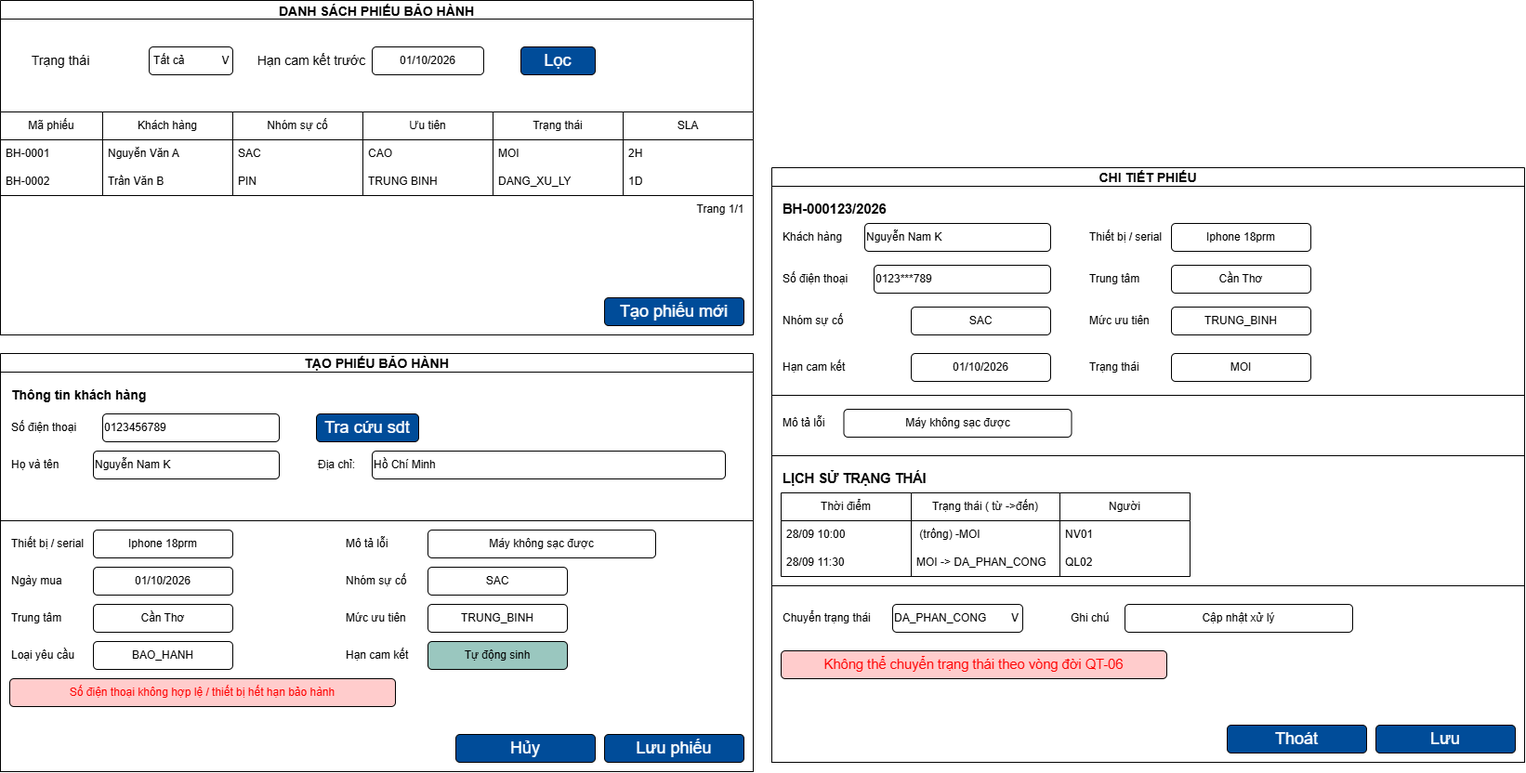
The draw.io diagram docs/export/wireframe.drawio.png in NguyenNamKhanh05/cdtn1-nguyennamkhanh-l2, before a commit. Source tidied: cells renumbered, new cells last; positions are measured from the earlier drawing's top-left corner, leaving out a move shared by most shapes.
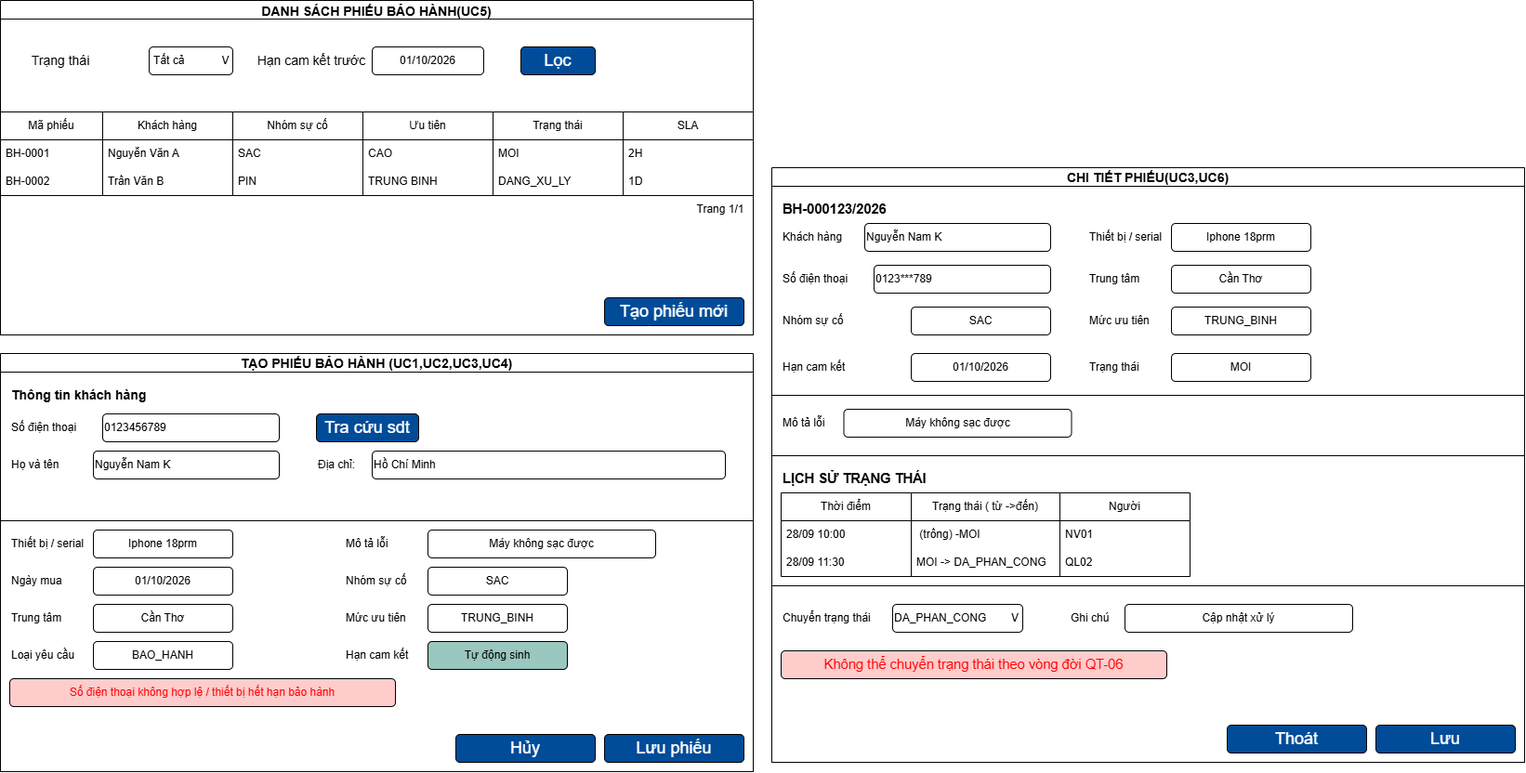
After the change.

Commit message:
docs: bo sung chu thich ERD va ma UC cho wireframe

The edit, as a diff of the source:
```diff
@@ -2,7 +2,7 @@
   <root>
     <mxCell id="0" />
     <mxCell id="1" parent="0" />
-    <mxCell id="2" value="&lt;font style=&quot;font-size: 14px;&quot;&gt;DANH SÁCH PHIẾU BẢO HÀNH&lt;/font&gt;" style="swimlane;whiteSpace=wrap;html=1;" parent="1" vertex="1">
+    <mxCell id="2" value="&lt;font style=&quot;font-size: 14px;&quot;&gt;DANH SÁCH PHIẾU BẢO HÀNH(UC5)&lt;/font&gt;" style="swimlane;whiteSpace=wrap;html=1;" parent="1" vertex="1">
       <mxGeometry width="810" height="360" as="geometry" />
     </mxCell>
     <mxCell id="3" style="rounded=0;whiteSpace=wrap;html=1;" parent="2" vertex="1">
@@ -83,7 +83,7 @@
     <mxCell id="28" value="&lt;font style=&quot;font-size: 18px; color: rgb(255, 255, 255);&quot;&gt;Tạo phiếu mới&lt;/font&gt;" style="rounded=1;whiteSpace=wrap;html=1;roundedPerimeter=1;fillColor=#004C99;" parent="2" vertex="1">
       <mxGeometry x="650" y="320" width="150" height="30" as="geometry" />
     </mxCell>
-    <mxCell id="29" value="&lt;font style=&quot;font-size: 14px;&quot;&gt;TẠO PHIẾU BẢO HÀNH&lt;/font&gt;" style="swimlane;whiteSpace=wrap;html=1;" parent="1" vertex="1">
+    <mxCell id="29" value="&lt;font style=&quot;font-size: 14px;&quot;&gt;TẠO PHIẾU BẢO HÀNH (UC1,UC2,UC3,UC4)&lt;/font&gt;" style="swimlane;whiteSpace=wrap;html=1;" parent="1" vertex="1">
       <mxGeometry y="380" width="810" height="450" as="geometry" />
     </mxCell>
     <mxCell id="30" style="rounded=0;whiteSpace=wrap;html=1;" parent="29" vertex="1">
@@ -173,7 +173,7 @@
     <mxCell id="58" value="&lt;font color=&quot;#ffffff&quot;&gt;&lt;span style=&quot;font-size: 18px;&quot;&gt;Hủy&lt;/span&gt;&lt;/font&gt;" style="rounded=1;whiteSpace=wrap;html=1;roundedPerimeter=1;fillColor=#004C99;" parent="29" vertex="1">
       <mxGeometry x="490" y="410" width="150" height="30" as="geometry" />
     </mxCell>
-    <mxCell id="59" value="&lt;span style=&quot;font-size: 14px;&quot;&gt;CHI TIẾT PHIẾU&lt;/span&gt;" style="swimlane;whiteSpace=wrap;html=1;" parent="1" vertex="1">
+    <mxCell id="59" value="&lt;span style=&quot;font-size: 14px;&quot;&gt;CHI TIẾT PHIẾU(UC3,UC6)&lt;/span&gt;" style="swimlane;whiteSpace=wrap;html=1;" parent="1" vertex="1">
       <mxGeometry x="830" y="180" width="810" height="640" as="geometry" />
     </mxCell>
     <mxCell id="60" style="rounded=0;whiteSpace=wrap;html=1;" parent="59" vertex="1">
```
